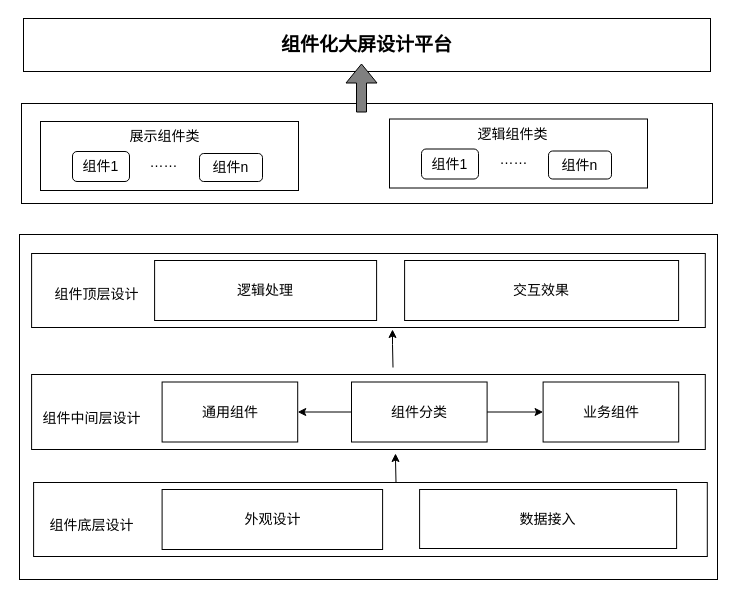
This is 小论文前端组件化方法.drawio from qw-null/drawio, a draw.io file, before an edit. Source tidied: cells renumbered, new cells numbered last; positions are measured from the earlier drawing's top-left corner, leaving out a move shared by most shapes. Both pictures are drawn from the tidied source at 100%, with x=0, y=0 at pixel (19, 18).
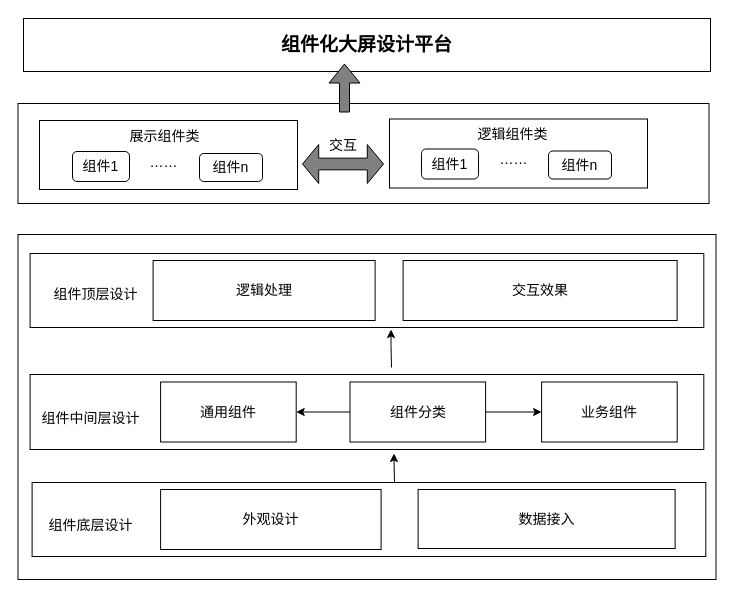
The same diagram, later.

Commit message:
更新小论文前端组件化方法.drawio

Change to the diagram source:
```diff
@@
     <mxCell id="3" style="rounded=0;whiteSpace=wrap;html=1;fontFamily=Helvetica;fontSize=14;" parent="1" vertex="1">
-      <mxGeometry x="2" y="85" width="691" height="100" as="geometry" />
+      <mxGeometry x="-1.5" y="85" width="691" height="100" as="geometry" />
     </mxCell>
     <mxCell id="4" style="rounded=0;whiteSpace=wrap;html=1;fontFamily=Helvetica;fontSize=14;" parent="1" vertex="1">
-      <mxGeometry x="21" y="103" width="258" height="69" as="geometry" />
+      <mxGeometry x="20" y="102" width="258" height="69" as="geometry" />
     </mxCell>
     <mxCell id="5" style="group;" parent="1" vertex="1">
-      <mxGeometry y="216" width="698" height="345" as="geometry" />
+      <mxGeometry x="-1.5" y="216" width="698" height="345" as="geometry" />
     </mxCell>
@@
     <mxCell id="34" style="shape=flexArrow;endArrow=classic;html=1;rounded=0;fillColor=#808080;" parent="1" edge="1">
       <mxGeometry relative="1" as="geometry">
-        <mxPoint x="342" y="94" as="sourcePoint" />
-        <mxPoint x="342" y="45" as="targetPoint" />
+        <mxPoint x="325" y="94" as="sourcePoint" />
+        <mxPoint x="325" y="45" as="targetPoint" />
       </mxGeometry>
     </mxCell>
+    <mxCell id="35" style="shape=doubleArrow;whiteSpace=wrap;html=1;fillColor=#808080;" parent="1" vertex="1">
+      <mxGeometry x="283" y="126" width="81" height="39" as="geometry" />
+    </mxCell>
+    <mxCell id="36" value="&lt;font style=&quot;font-size: 14px;&quot;&gt;交互&lt;/font&gt;" style="text;html=1;strokeColor=none;fillColor=none;align=center;verticalAlign=middle;whiteSpace=wrap;rounded=0;" parent="1" vertex="1">
+      <mxGeometry x="294" y="112" width="60" height="30" as="geometry" />
+    </mxCell>
```
